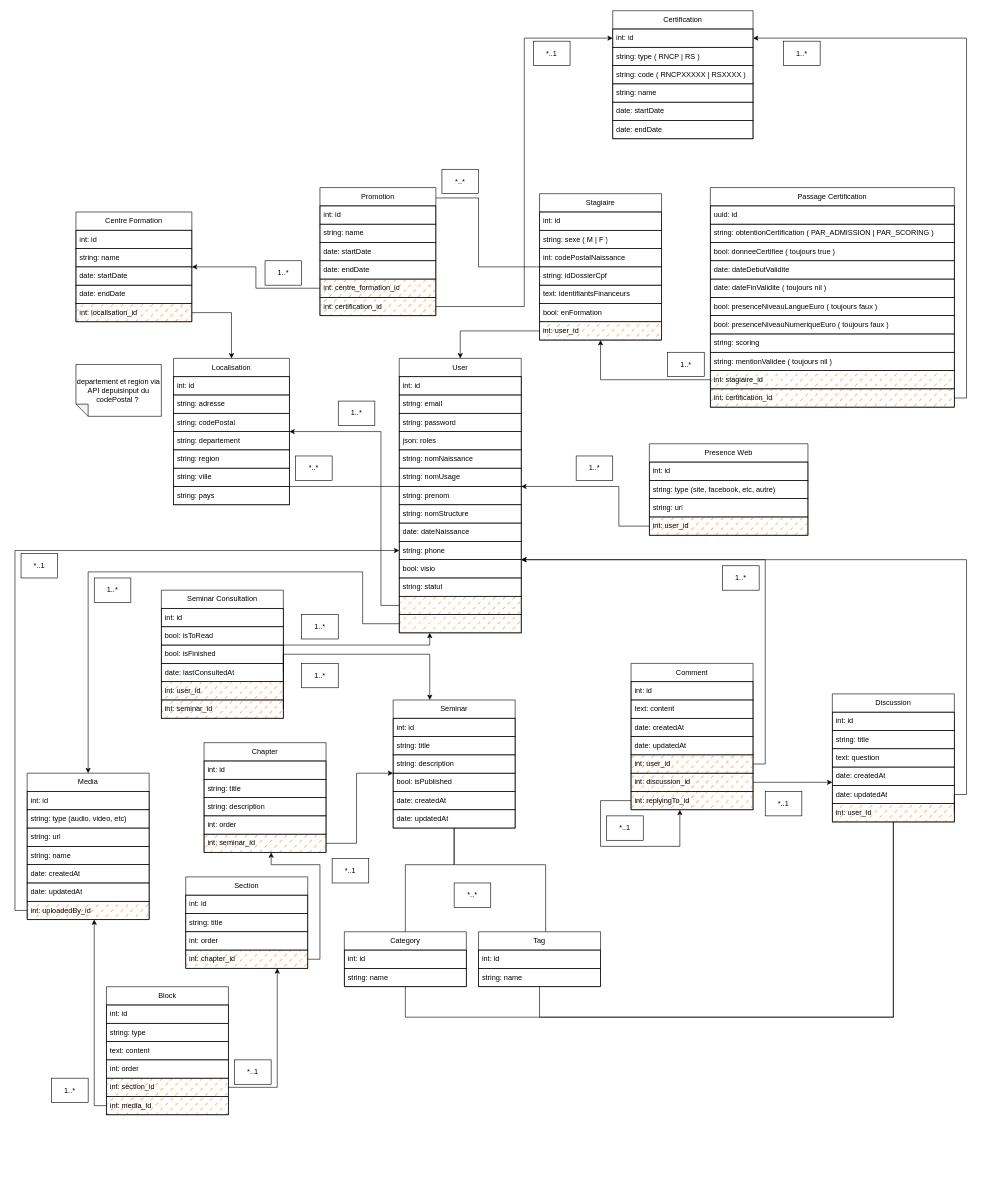
Above: MCD.drawio in ecole-richard-cross/espace-numerique (draw.io), before the change. Source tidied: cells renumbered, new cells numbered last; positions are measured from the earlier drawing's top-left corner, leaving out a move shared by most shapes. Both pictures are drawn from the tidied source at 61%, with x=0, y=0 at pixel (15, 10).
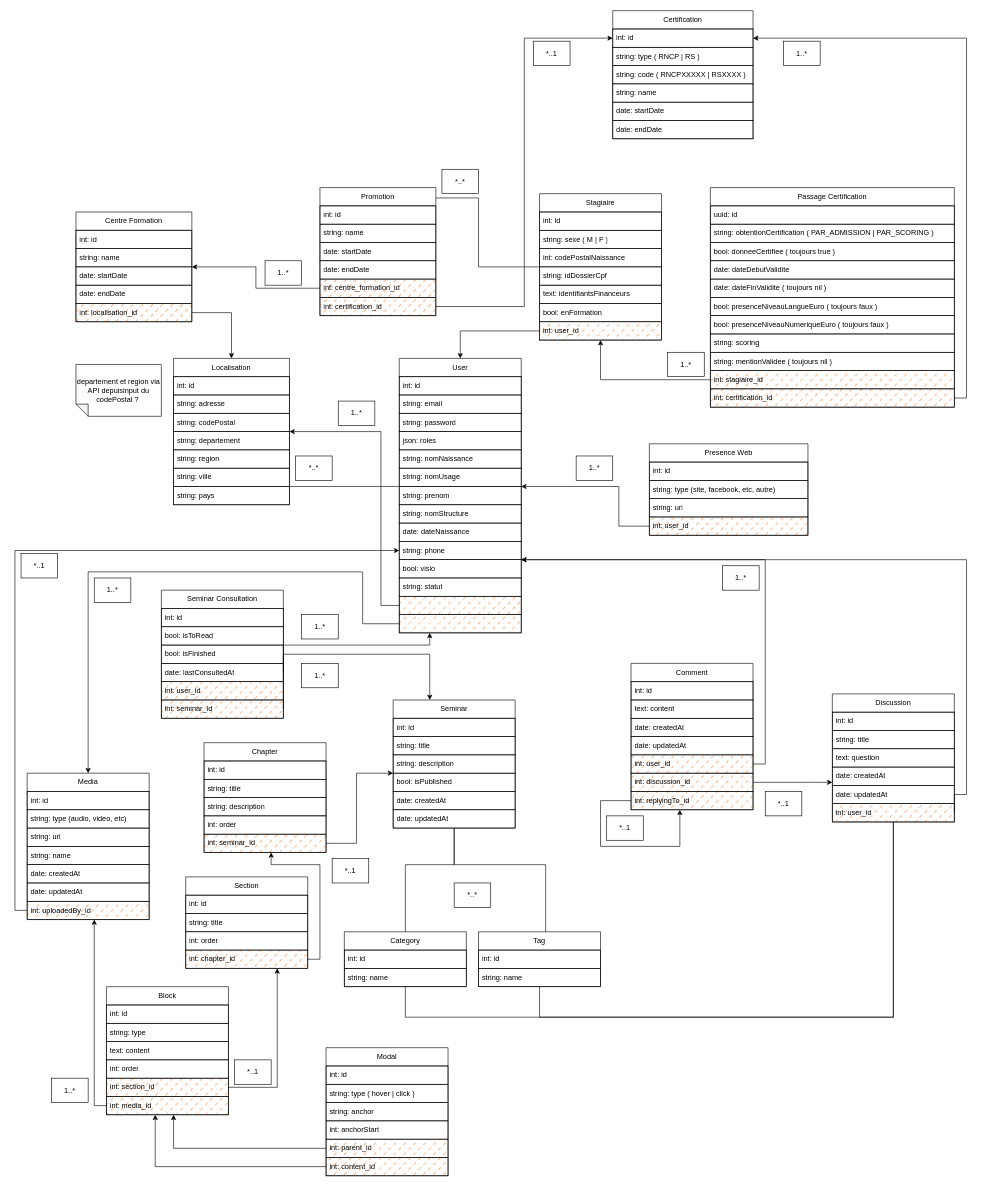
Above is the later version.

Commit message:
feat/dev: MCD block modal ?

The change refers to these unchanged cells:
```xml
<mxCell id="122" value="Block" style="swimlane;fontStyle=0;horizontal=1;startSize=30;whiteSpace=wrap;html=1;rounded=0;labelBackgroundColor=none;shadow=0;swimlaneLine=1;fillOpacity=100;snapToPoint=0;fixDash=0;backgroundOutline=0;enumerate=0;comic=0;strokeColor=default;" parent="1" vertex="1">
  <mxGeometry x="150" y="1600" width="200" height="210" as="geometry" />
</mxCell>
```

What changed in the source:
```diff
@@
+    <mxCell id="177" value="Modal" style="swimlane;fontStyle=0;horizontal=1;startSize=30;whiteSpace=wrap;html=1;rounded=0;labelBackgroundColor=none;shadow=0;swimlaneLine=1;fillOpacity=100;fixDash=0;backgroundOutline=0;enumerate=0;comic=0;strokeColor=default;" parent="1" vertex="1">
+      <mxGeometry x="510" y="1700" width="200" height="210" as="geometry" />
+    </mxCell>
+    <mxCell id="178" value="int: id" style="text;align=left;verticalAlign=middle;spacingLeft=4;spacingRight=4;overflow=hidden;whiteSpace=wrap;html=1;rounded=0;labelBackgroundColor=none;shadow=0;swimlaneLine=1;fillOpacity=100;fixDash=0;backgroundOutline=0;enumerate=0;comic=0;strokeColor=default;" parent="177" vertex="1">
+      <mxGeometry y="30" width="200" height="30" as="geometry" />
+    </mxCell>
+    <mxCell id="179" value="string: type ( hover | click )" style="text;align=left;verticalAlign=middle;spacingLeft=4;spacingRight=4;overflow=hidden;whiteSpace=wrap;html=1;rounded=0;labelBackgroundColor=none;shadow=0;swimlaneLine=1;fillOpacity=100;fixDash=0;backgroundOutline=0;enumerate=0;comic=0;strokeColor=default;" parent="177" vertex="1">
+      <mxGeometry y="60" width="200" height="30" as="geometry" />
+    </mxCell>
+    <mxCell id="180" value="string: anchor" style="text;align=left;verticalAlign=middle;spacingLeft=4;spacingRight=4;overflow=hidden;whiteSpace=wrap;html=1;rounded=0;labelBackgroundColor=none;shadow=0;swimlaneLine=1;fillOpacity=100;fixDash=0;backgroundOutline=0;enumerate=0;comic=0;strokeColor=default;" parent="177" vertex="1">
+      <mxGeometry y="90" width="200" height="30" as="geometry" />
+    </mxCell>
+    <mxCell id="181" value="int: anchorStart" style="text;align=left;verticalAlign=middle;spacingLeft=4;spacingRight=4;overflow=hidden;whiteSpace=wrap;html=1;rounded=0;labelBackgroundColor=none;shadow=0;swimlaneLine=1;fillOpacity=100;fixDash=0;backgroundOutline=0;enumerate=0;comic=0;strokeColor=default;" parent="177" vertex="1">
+      <mxGeometry y="120" width="200" height="30" as="geometry" />
+    </mxCell>
+    <mxCell id="182" value="int: parent_id" style="text;align=left;verticalAlign=middle;spacingLeft=4;spacingRight=4;overflow=hidden;points=[[0,0.5],[1,0.5]];portConstraint=eastwest;whiteSpace=wrap;html=1;rounded=0;labelBackgroundColor=none;shadow=0;swimlaneLine=1;fillOpacity=100;snapToPoint=0;fixDash=0;backgroundOutline=0;enumerate=0;comic=0;strokeColor=default;fillColor=#FA6800;fillStyle=dashed;" parent="177" vertex="1">
+      <mxGeometry y="150" width="200" height="30" as="geometry" />
+    </mxCell>
+    <mxCell id="183" value="int: content_id" style="text;align=left;verticalAlign=middle;spacingLeft=4;spacingRight=4;overflow=hidden;points=[[0,0.5],[1,0.5]];portConstraint=eastwest;whiteSpace=wrap;html=1;rounded=0;labelBackgroundColor=none;shadow=0;swimlaneLine=1;fillOpacity=100;snapToPoint=0;fixDash=0;backgroundOutline=0;enumerate=0;comic=0;strokeColor=default;fillColor=#FA6800;fillStyle=dashed;" parent="177" vertex="1">
+      <mxGeometry y="180" width="200" height="30" as="geometry" />
+    </mxCell>
+    <mxCell id="184" style="edgeStyle=orthogonalEdgeStyle;rounded=0;html=1;exitX=0;exitY=0.5;exitDx=0;exitDy=0;" parent="1" edge="1" source="182" target="122">
+      <mxGeometry relative="1" as="geometry">
+        <Array as="points">
+          <mxPoint x="260" y="1865" />
+        </Array>
+      </mxGeometry>
+    </mxCell>
+    <mxCell id="185" style="edgeStyle=orthogonalEdgeStyle;rounded=0;html=1;exitX=0;exitY=0.5;exitDx=0;exitDy=0;" parent="1" edge="1" source="183" target="122">
+      <mxGeometry relative="1" as="geometry">
+        <Array as="points">
+          <mxPoint x="230" y="1895" />
+        </Array>
+      </mxGeometry>
+    </mxCell>
```
